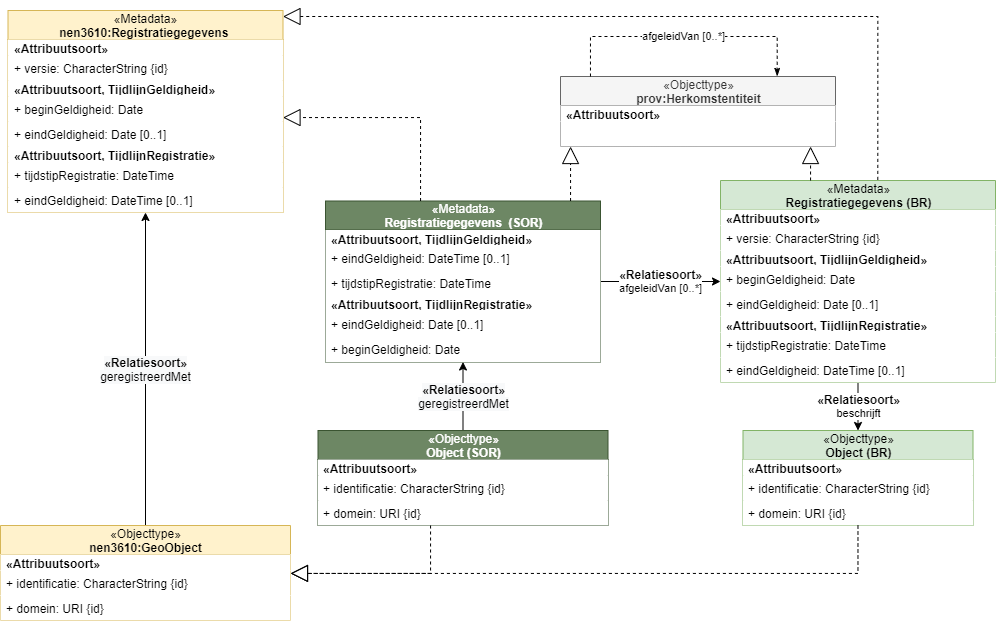
Earlier version of the draw.io export media/historie.drawio.png (Geonovum/disgeo-demo-3a). Source tidied: cells renumbered, new cells last; positions are measured from the earlier drawing's top-left corner, leaving out a move shared by most shapes.
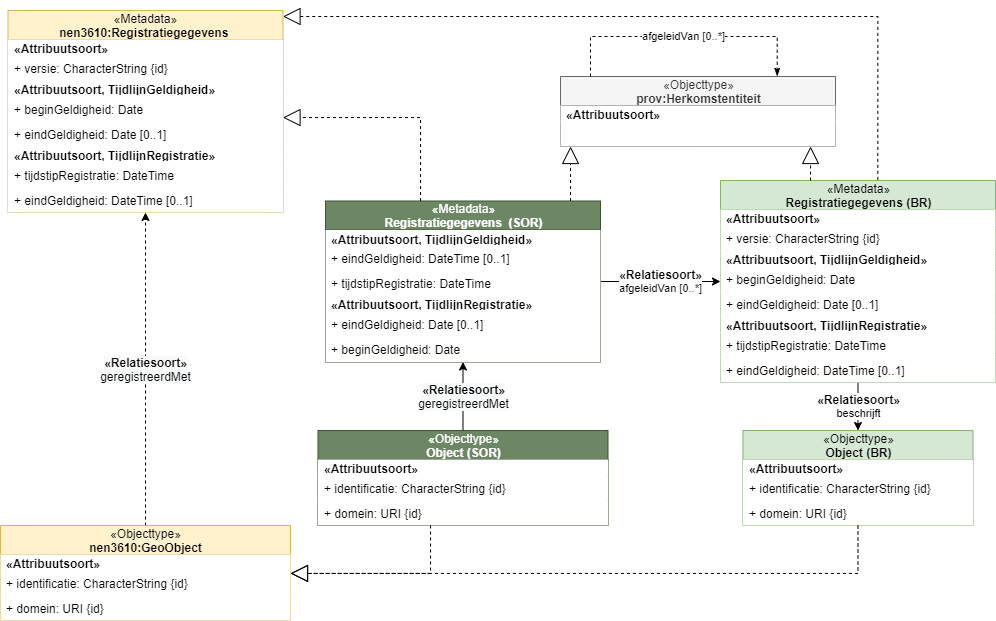
After the commit.

What changed in the source:
```diff
@@ -115,7 +115,7 @@
         </Array>
       </mxGeometry>
     </mxCell>
-    <mxCell id="35" value="&lt;span style=&quot;font-size: 12px ; background-color: rgb(248 , 249 , 250)&quot;&gt;&lt;b&gt;«Relatiesoort»&lt;br&gt;&lt;/b&gt;&lt;/span&gt;&lt;span style=&quot;font-size: 12px ; background-color: rgb(248 , 249 , 250)&quot;&gt;geregistreerdMet&lt;/span&gt;" style="rounded=0;jettySize=auto;html=1;" parent="1" edge="1" source="36" target="40">
+    <mxCell id="35" value="&lt;span style=&quot;font-size: 12px ; background-color: rgb(248 , 249 , 250)&quot;&gt;&lt;b&gt;«Relatiesoort»&lt;br&gt;&lt;/b&gt;&lt;/span&gt;&lt;span style=&quot;font-size: 12px ; background-color: rgb(248 , 249 , 250)&quot;&gt;geregistreerdMet&lt;/span&gt;" style="rounded=0;jettySize=auto;html=1;dashed=1;" parent="1" edge="1" source="36" target="40">
       <mxGeometry relative="1" as="geometry" />
     </mxCell>
     <mxCell id="36" value="&lt;span style=&quot;font-weight: 400&quot;&gt;«Objecttype»&lt;/span&gt;&lt;br style=&quot;font-weight: 400&quot;&gt;nen3610:GeoObject" style="swimlane;fontStyle=1;align=center;verticalAlign=middle;horizontal=1;startSize=29;html=1;fillColor=#fff2cc;strokeColor=#d6b656;" parent="1" vertex="1">
```
